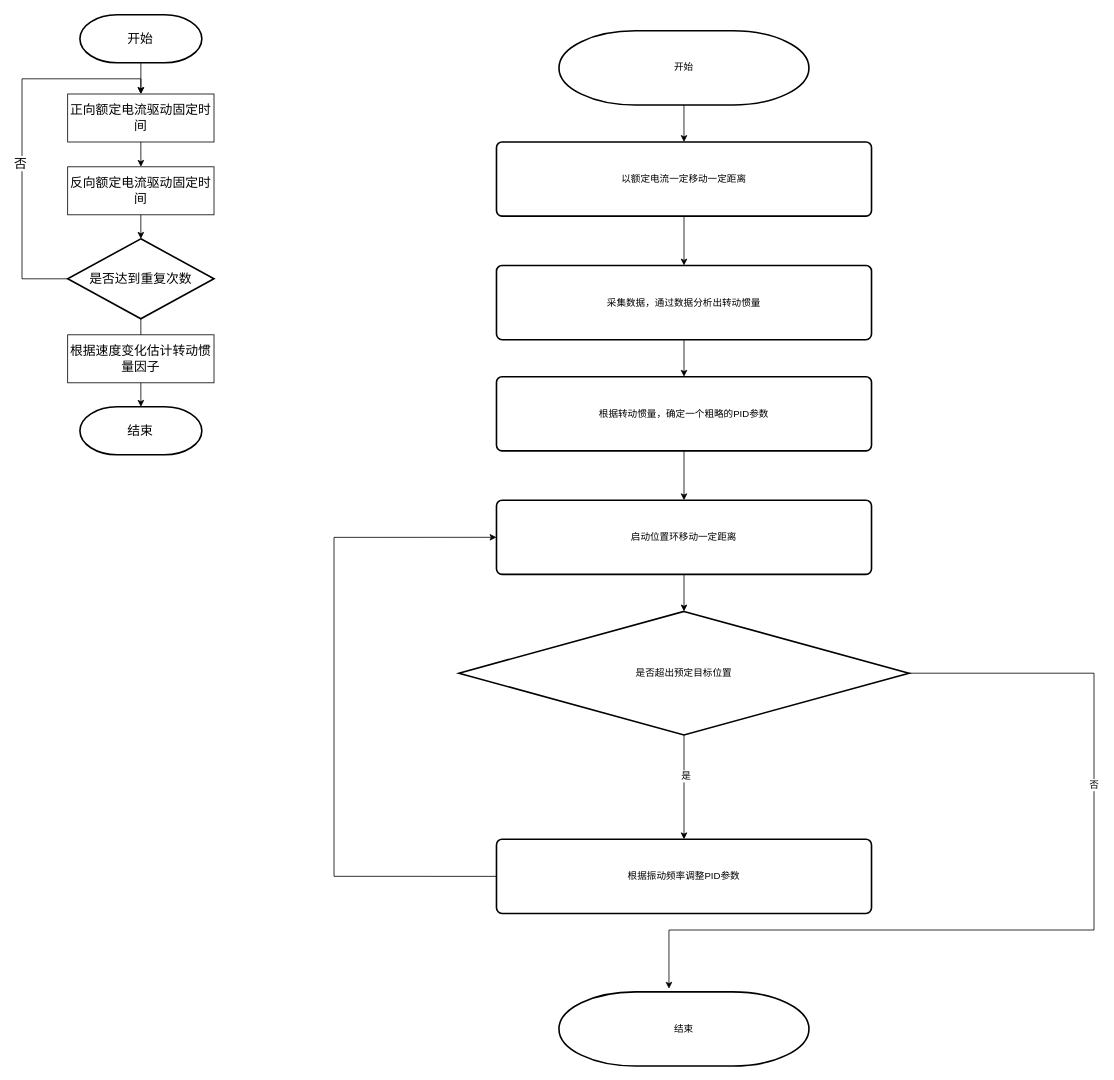
Before: page "第 18 页" (18 of 20) of FOC电流环.drawio in songruidong/draw.io, a draw.io diagram. Source tidied: cells renumbered, new cells numbered last; positions are measured from the earlier drawing's top-left corner, leaving out a move shared by most shapes. Both pictures are drawn from the tidied source at 80%, with x=0, y=0 at pixel (22, 14).
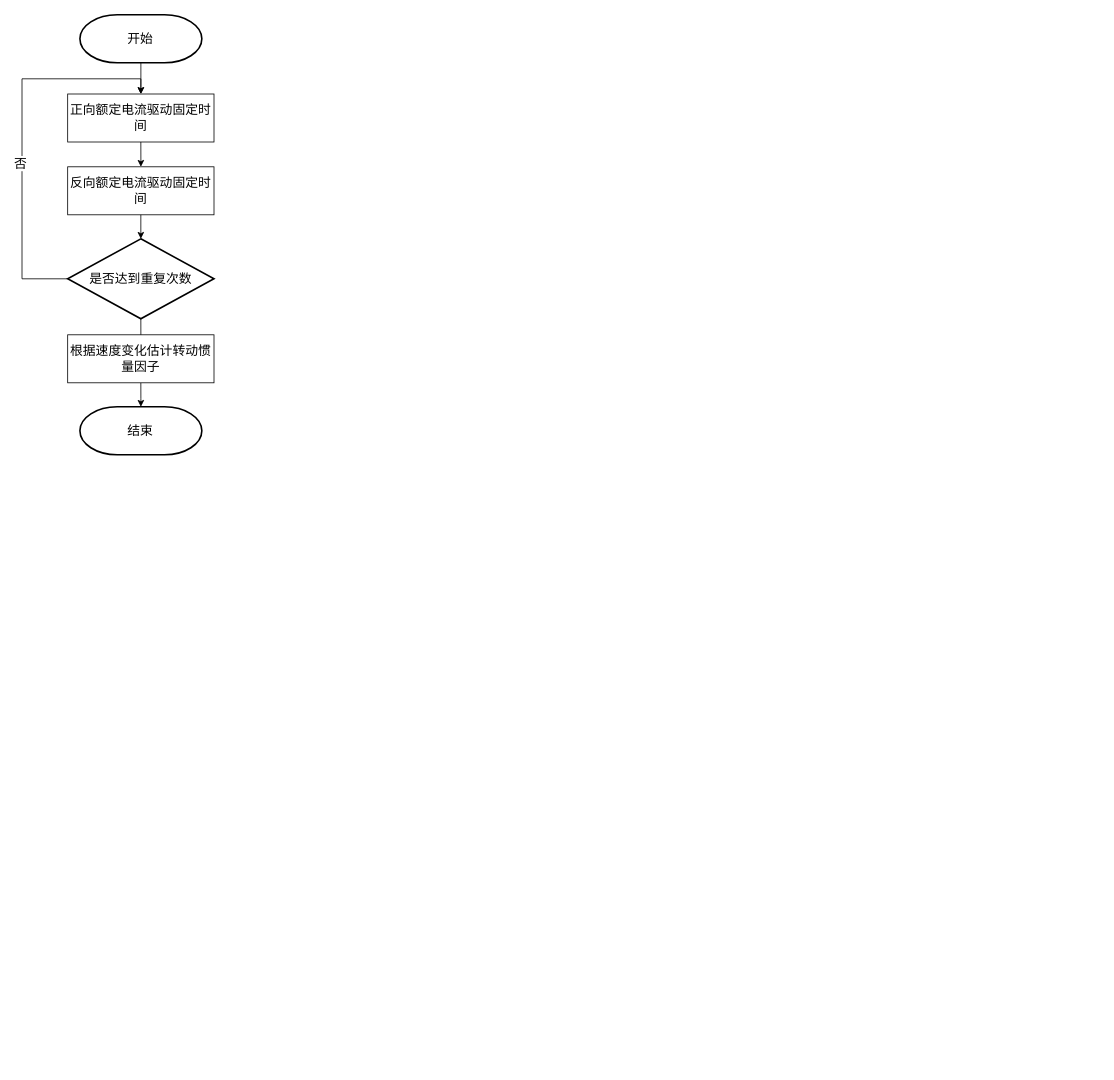
After the change.

Commit message:
更新FOC电流环.drawio

The edit, as a diff of the source:
```diff
@@
-    <mxCell id="2" style="edgeStyle=orthogonalEdgeStyle;rounded=0;jettySize=auto;html=1;exitX=0.5;exitY=1;exitDx=0;exitDy=0;exitPerimeter=0;entryX=0.5;entryY=0;entryDx=0;entryDy=0;fontSize=12;" parent="1" edge="1" source="3" target="5">
-      <mxGeometry relative="1" as="geometry" />
-    </mxCell>
-    <mxCell id="3" value="开始" style="strokeWidth=2;html=1;shape=mxgraph.flowchart.terminator;whiteSpace=wrap;fontSize=12;" parent="1" vertex="1">
-      <mxGeometry x="671.2" y="20" width="312.5" height="92.7" as="geometry" />
-    </mxCell>
-    <mxCell id="4" style="edgeStyle=orthogonalEdgeStyle;rounded=0;jettySize=auto;html=1;exitX=0.5;exitY=1;exitDx=0;exitDy=0;entryX=0.5;entryY=0;entryDx=0;entryDy=0;fontSize=12;" parent="1" edge="1" source="5" target="7">
-      <mxGeometry relative="1" as="geometry" />
-    </mxCell>
-    <mxCell id="5" value="以额定电流一定移动一定距离" style="rounded=1;whiteSpace=wrap;html=1;absoluteArcSize=1;arcSize=14;strokeWidth=2;fontSize=12;" parent="1" vertex="1">
-      <mxGeometry x="593.1" y="159" width="468.8" height="92.7" as="geometry" />
-    </mxCell>
-    <mxCell id="6" style="edgeStyle=orthogonalEdgeStyle;rounded=0;jettySize=auto;html=1;fontSize=12;" parent="1" edge="1" source="7" target="9">
-      <mxGeometry relative="1" as="geometry" />
-    </mxCell>
-    <mxCell id="7" value="采集数据，通过数据分析出转动惯量" style="rounded=1;whiteSpace=wrap;html=1;absoluteArcSize=1;arcSize=14;strokeWidth=2;fontSize=12;" parent="1" vertex="1">
-      <mxGeometry x="593.1" y="313.4" width="468.8" height="92.7" as="geometry" />
-    </mxCell>
-    <mxCell id="8" style="edgeStyle=orthogonalEdgeStyle;rounded=0;jettySize=auto;html=1;fontSize=12;" parent="1" edge="1" source="9" target="11">
-      <mxGeometry relative="1" as="geometry" />
-    </mxCell>
-    <mxCell id="9" value="根据转动惯量，确定一个粗略的PID参数" style="rounded=1;whiteSpace=wrap;html=1;absoluteArcSize=1;arcSize=14;strokeWidth=2;fontSize=12;" parent="1" vertex="1">
-      <mxGeometry x="593.1" y="452.4" width="468.8" height="92.7" as="geometry" />
-    </mxCell>
-    <mxCell id="10" style="edgeStyle=orthogonalEdgeStyle;rounded=0;jettySize=auto;html=1;fontSize=12;" parent="1" edge="1" source="11" target="14">
-      <mxGeometry relative="1" as="geometry" />
-    </mxCell>
-    <mxCell id="11" value="启动位置环移动一定距离" style="rounded=1;whiteSpace=wrap;html=1;absoluteArcSize=1;arcSize=14;strokeWidth=2;fontSize=12;" parent="1" vertex="1">
-      <mxGeometry x="593.1" y="606.8" width="468.8" height="92.7" as="geometry" />
-    </mxCell>
-    <mxCell id="12" style="edgeStyle=orthogonalEdgeStyle;rounded=0;jettySize=auto;html=1;fontSize=12;" parent="1" edge="1" source="14" target="16">
-      <mxGeometry relative="1" as="geometry" />
-    </mxCell>
-    <mxCell id="13" value="是" style="edgeLabel;html=1;align=center;verticalAlign=middle;fontSize=12;" parent="12" vertex="1">
-      <mxGeometry x="-0.8" y="2" relative="1" as="geometry">
-        <mxPoint y="38" as="offset" />
-      </mxGeometry>
-    </mxCell>
-    <mxCell id="14" value="是否超出预定目标位置" style="strokeWidth=2;html=1;shape=mxgraph.flowchart.decision;whiteSpace=wrap;fontSize=12;" parent="1" vertex="1">
-      <mxGeometry x="546.2" y="745.8" width="562.5" height="154.4" as="geometry" />
-    </mxCell>
-    <mxCell id="15" style="edgeStyle=orthogonalEdgeStyle;rounded=0;jettySize=auto;html=1;exitX=0;exitY=0.5;exitDx=0;exitDy=0;entryX=0;entryY=0.5;entryDx=0;entryDy=0;fontSize=12;" parent="1" edge="1" source="16" target="11">
-      <mxGeometry relative="1" as="geometry">
-        <Array as="points">
-          <mxPoint x="390" y="1077" />
-          <mxPoint x="390" y="653" />
-        </Array>
-      </mxGeometry>
-    </mxCell>
-    <mxCell id="16" value="根据振动频率调整PID参数" style="rounded=1;whiteSpace=wrap;html=1;absoluteArcSize=1;arcSize=14;strokeWidth=2;fontSize=12;" parent="1" vertex="1">
-      <mxGeometry x="593.1" y="1030.6" width="468.8" height="92.7" as="geometry" />
-    </mxCell>
-    <mxCell id="17" value="结束" style="strokeWidth=2;html=1;shape=mxgraph.flowchart.terminator;whiteSpace=wrap;fontSize=12;" parent="1" vertex="1">
-      <mxGeometry x="671.2" y="1221.3" width="312.5" height="92.7" as="geometry" />
-    </mxCell>
-    <mxCell id="18" style="edgeStyle=orthogonalEdgeStyle;rounded=0;jettySize=auto;html=1;exitX=1;exitY=0.5;exitDx=0;exitDy=0;exitPerimeter=0;entryX=0.44;entryY=-0.042;entryDx=0;entryDy=0;entryPerimeter=0;fontSize=12;" parent="1" edge="1" source="14" target="17">
-      <mxGeometry relative="1" as="geometry">
-        <Array as="points">
-          <mxPoint x="1340" y="823" />
-          <mxPoint x="1340" y="1144" />
-          <mxPoint x="809" y="1144" />
-        </Array>
-      </mxGeometry>
-    </mxCell>
-    <mxCell id="19" value="否" style="edgeLabel;html=1;align=center;verticalAlign=middle;fontSize=12;" parent="18" vertex="1">
-      <mxGeometry x="-0.52" y="-1" relative="1" as="geometry">
-        <mxPoint y="93" as="offset" />
-      </mxGeometry>
-    </mxCell>
```
